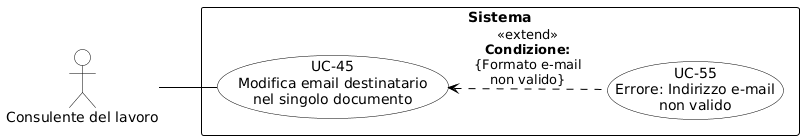
Before: RTB/Analisi dei Requisiti/diagrammi_use_case/UC-45.png, a diagram exported from PlantUML (aLittleByte-19/Documentazione).
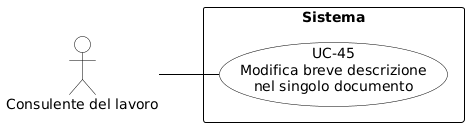
After the commit.

Diff of the diagram source:
```diff
@@ -2,8 +2,6 @@
 skinparam shadowing false
 skinparam defaultFontName Arial
 left to right direction
-skinparam nodesep 15
-skinparam ranksep 50
 
 skinparam usecase {
     BackgroundColor white
@@ -19,14 +17,11 @@
     FontStyle bold
 }
 
-actor "Consulente del lavoro" as CL
+actor "Consulente del lavoro" as cdl
 
 rectangle "Sistema" {
-    usecase "UC-45\nModifica email destinatario\nnel singolo documento" as UC45
-    usecase "UC-55\nErrore: Indirizzo e-mail\nnon valido" as UC55
-
-    UC45 <.. UC55 : <<extend>>\n**Condizione:**\n{Formato e-mail\nnon valido}
+    usecase "UC-45\nModifica breve descrizione\nnel singolo documento" as UC45
 }
 
-CL -- UC45
+cdl -- UC45
 @enduml
```
